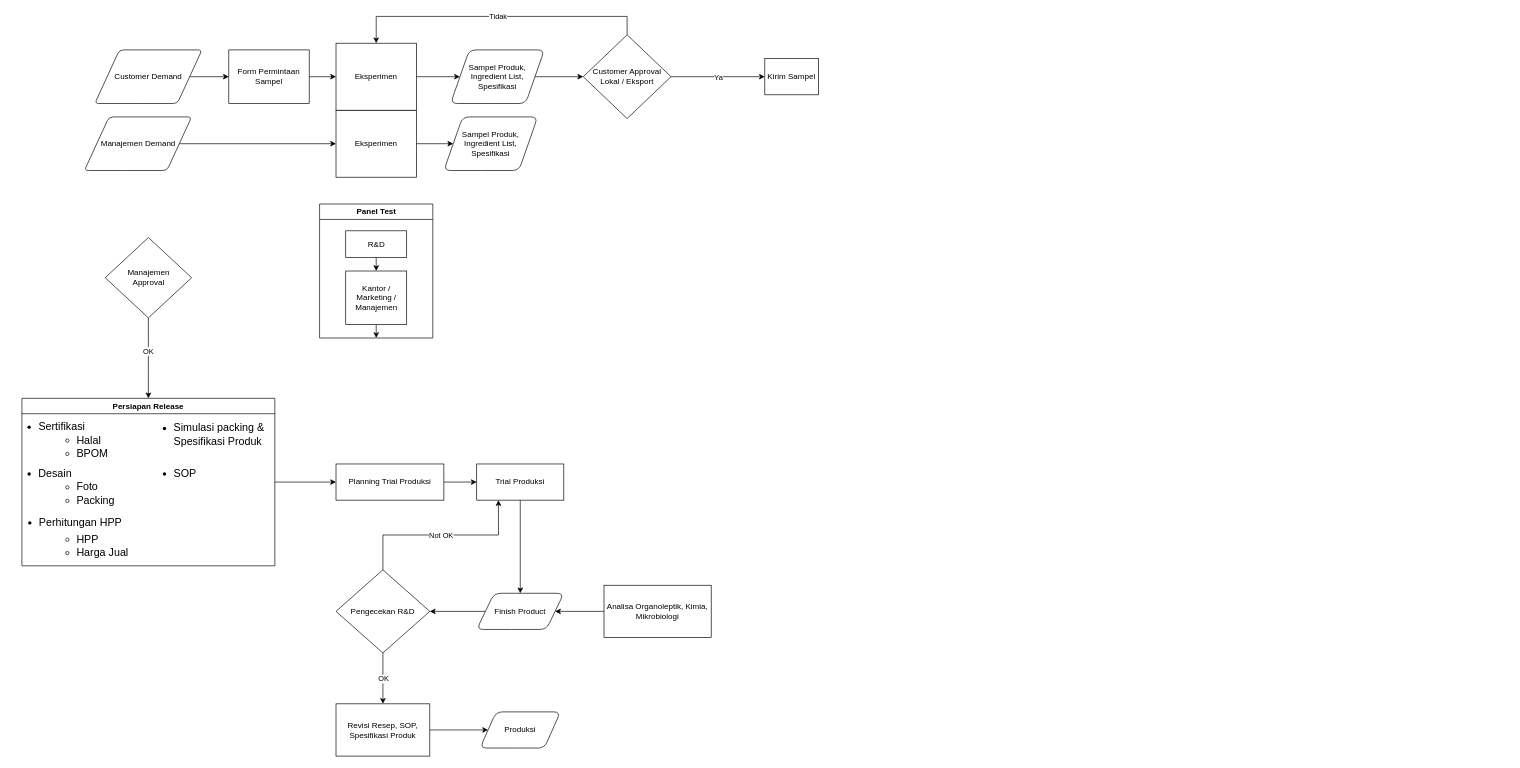
Above: Proses R&D.drawio in hafizh911/drawio (draw.io), before the change. Source tidied: cells renumbered, new cells numbered last; positions are measured from the earlier drawing's top-left corner, leaving out a move shared by most shapes. Both pictures are drawn from the tidied source at 67%, with x=0, y=0 at pixel (11, 16).
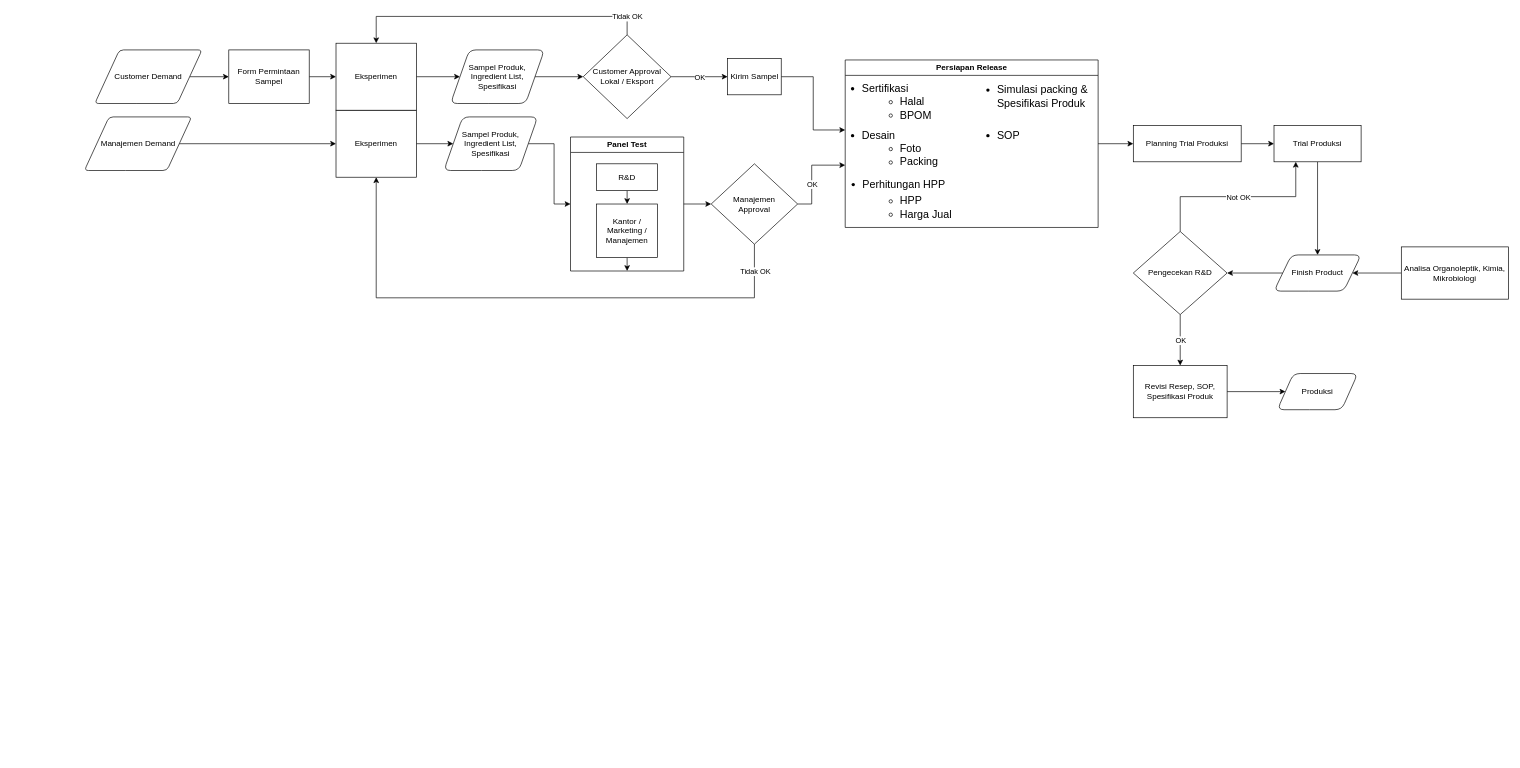
After the change.

Unchanged cells that the change refers to:
```xml
<mxCell id="4" value="Sampel Produk, Ingredient List, Spesifikasi" style="shape=parallelogram;whiteSpace=wrap;strokeWidth=1;perimeter=parallelogramPerimeter;rounded=1;" parent="1" vertex="1">
  <mxGeometry x="646" y="150" width="140" height="80" as="geometry" />
</mxCell>
<mxCell id="18" value="Eksperimen" style="whiteSpace=wrap;strokeWidth=1;" parent="1" vertex="1">
  <mxGeometry x="485" y="140" width="120" height="100" as="geometry" />
</mxCell>
<mxCell id="37" value="&lt;ul&gt;&lt;ul&gt;&lt;li&gt;Foto&lt;/li&gt;&lt;li&gt;Packing&lt;/li&gt;&lt;/ul&gt;&lt;/ul&gt;" style="text;html=1;align=left;verticalAlign=middle;whiteSpace=wrap;rounded=0;fontSize=16;" parent="34" vertex="1">
  <mxGeometry y="127" width="60" height="30" as="geometry" />
</mxCell>
<mxCell id="38" value="&lt;ul&gt;&lt;li&gt;Desain&lt;/li&gt;&lt;/ul&gt;" style="text;html=1;align=center;verticalAlign=middle;whiteSpace=wrap;rounded=0;fontSize=16;" parent="34" vertex="1">
  <mxGeometry y="97" width="60" height="30" as="geometry" />
</mxCell>
<mxCell id="51" style="endArrow=classic;html=1;rounded=0;exitX=1;exitY=0.5;exitDx=0;exitDy=0;entryX=0;entryY=0.5;entryDx=0;entryDy=0;" parent="1" edge="1" source="46" target="21">
  <mxGeometry relative="1" as="geometry" />
</mxCell>
<mxCell id="53" style="endArrow=classic;html=1;rounded=0;exitX=0.5;exitY=0;exitDx=0;exitDy=0;entryX=0.5;entryY=0;entryDx=0;entryDy=0;edgeStyle=orthogonalEdgeStyle;" parent="1" edge="1" source="46" target="48">
  <mxGeometry relative="1" as="geometry">
    <Array as="points">
      <mxPoint x="920" />
      <mxPoint x="545" />
    </Array>
  </mxGeometry>
</mxCell>
```

Diff of the diagram source:
```diff
@@
+    <mxCell id="55" style="edgeStyle=orthogonalEdgeStyle;rounded=0;jettySize=auto;html=1;exitX=1;exitY=0.5;exitDx=0;exitDy=0;entryX=0;entryY=0.5;entryDx=0;entryDy=0;" parent="1" edge="1" source="4" target="28">
+      <mxGeometry relative="1" as="geometry" />
+    </mxCell>
@@
     <mxCell id="6" value="Revisi Resep, SOP, Spesifikasi Produk" style="whiteSpace=wrap;strokeWidth=1;" parent="1" vertex="1">
-      <mxGeometry x="485" y="1026" width="140" height="78" as="geometry" />
+      <mxGeometry x="1675" y="521" width="140" height="78" as="geometry" />
     </mxCell>
@@
     <mxCell id="8" value="Planning Trial Produksi" style="whiteSpace=wrap;strokeWidth=1;" parent="1" vertex="1">
-      <mxGeometry x="485" y="668" width="161" height="54" as="geometry" />
+      <mxGeometry x="1675" y="163" width="161" height="54" as="geometry" />
     </mxCell>
@@
     <mxCell id="10" value="Trial Produksi" style="whiteSpace=wrap;strokeWidth=1;" parent="1" vertex="1">
-      <mxGeometry x="695" y="668" width="130" height="54" as="geometry" />
+      <mxGeometry x="1885" y="163" width="130" height="54" as="geometry" />
     </mxCell>
@@
     <mxCell id="12" value="Finish Product" style="shape=parallelogram;whiteSpace=wrap;strokeWidth=1;perimeter=parallelogramPerimeter;rounded=1;" parent="1" vertex="1">
-      <mxGeometry x="695" y="861" width="130" height="54" as="geometry" />
+      <mxGeometry x="1885" y="356" width="130" height="54" as="geometry" />
     </mxCell>
     <mxCell id="13" value="Pengecekan R&amp;D" style="rhombus;whiteSpace=wrap;strokeWidth=1;" parent="1" vertex="1">
-      <mxGeometry x="485" y="826" width="140" height="124" as="geometry" />
+      <mxGeometry x="1675" y="321" width="140" height="124" as="geometry" />
     </mxCell>
@@
     <mxCell id="15" value="Analisa Organoleptik, Kimia, Mikrobiologi" style="whiteSpace=wrap;strokeWidth=1;" parent="1" vertex="1">
-      <mxGeometry x="885" y="849" width="160" height="78" as="geometry" />
+      <mxGeometry x="2075" y="344" width="160" height="78" as="geometry" />
     </mxCell>
     <mxCell id="16" value="Produksi" style="shape=parallelogram;whiteSpace=wrap;strokeWidth=1;perimeter=parallelogramPerimeter;rounded=1;" parent="1" vertex="1">
-      <mxGeometry x="700" y="1038" width="120" height="54" as="geometry" />
+      <mxGeometry x="1890" y="533" width="120" height="54" as="geometry" />
     </mxCell>
@@
+    <mxCell id="56" style="edgeStyle=orthogonalEdgeStyle;rounded=0;jettySize=auto;html=1;exitX=1;exitY=0.5;exitDx=0;exitDy=0;entryX=0;entryY=0.25;entryDx=0;entryDy=0;" parent="1" edge="1" source="21" target="38">
+      <mxGeometry relative="1" as="geometry" />
+    </mxCell>
     <mxCell id="21" value="Kirim Sampel" style="whiteSpace=wrap;strokeWidth=1;" parent="1" vertex="1">
-      <mxGeometry x="1125" y="63" width="80" height="54" as="geometry" />
+      <mxGeometry x="1069.5" y="63" width="80" height="54" as="geometry" />
     </mxCell>
@@
+    <mxCell id="57" style="edgeStyle=orthogonalEdgeStyle;rounded=0;jettySize=auto;html=1;exitX=1;exitY=0.5;exitDx=0;exitDy=0;entryX=0;entryY=0.5;entryDx=0;entryDy=0;" parent="1" edge="1" source="28" target="43">
+      <mxGeometry relative="1" as="geometry" />
+    </mxCell>
     <mxCell id="28" value="Panel Test" style="swimlane;whiteSpace=wrap;html=1;" parent="1" vertex="1">
-      <mxGeometry x="460.5" y="280" width="169" height="200" as="geometry" />
+      <mxGeometry x="835" y="180" width="169" height="200" as="geometry" />
     </mxCell>
@@
     <mxCell id="34" value="Persiapan Release" style="swimlane;whiteSpace=wrap;html=1;" parent="1" vertex="1">
-      <mxGeometry x="16.2" y="570" width="377.5" height="250" as="geometry" />
+      <mxGeometry x="1245" y="65" width="377.5" height="250" as="geometry" />
     </mxCell>
@@
     <mxCell id="43" value="Manajemen&#10;Approval" style="rhombus;whiteSpace=wrap;strokeWidth=1;" parent="1" vertex="1">
-      <mxGeometry x="140.5" y="330" width="129" height="120" as="geometry" />
+      <mxGeometry x="1045" y="220" width="129" height="120" as="geometry" />
     </mxCell>
-    <mxCell id="44" style="endArrow=classic;html=1;rounded=0;exitX=0.5;exitY=1;exitDx=0;exitDy=0;entryX=0.5;entryY=0;entryDx=0;entryDy=0;edgeStyle=orthogonalEdgeStyle;" parent="1" edge="1" source="43" target="34">
-      <mxGeometry relative="1" as="geometry" />
+    <mxCell id="44" style="endArrow=classic;html=1;rounded=0;exitX=1;exitY=0.5;exitDx=0;exitDy=0;entryX=0;entryY=1;entryDx=0;entryDy=0;edgeStyle=orthogonalEdgeStyle;" parent="1" edge="1" source="43" target="37">
+      <mxGeometry relative="1" as="geometry">
+        <Array as="points">
+          <mxPoint x="1195" y="280" />
+          <mxPoint x="1195" y="222" />
+        </Array>
+      </mxGeometry>
     </mxCell>
     <mxCell id="45" value="OK" style="edgeLabel;html=1;align=center;verticalAlign=middle;" parent="44" vertex="1">
       <mxGeometry relative="1" as="geometry">
-        <mxPoint y="-10" as="offset" />
+        <mxPoint y="14" as="offset" />
       </mxGeometry>
     </mxCell>
@@
-    <mxCell id="52" value="Ya" style="edgeLabel;html=1;align=center;verticalAlign=middle;" parent="51" vertex="1">
+    <mxCell id="52" value="OK" style="edgeLabel;html=1;align=center;verticalAlign=middle;" parent="51" vertex="1">
       <mxGeometry relative="1" as="geometry" />
     </mxCell>
@@
-    <mxCell id="54" value="Tidak" style="edgeLabel;html=1;align=center;verticalAlign=middle;" parent="53" vertex="1">
-      <mxGeometry relative="1" as="geometry" />
+    <mxCell id="54" value="Tidak OK" style="edgeLabel;html=1;align=center;verticalAlign=middle;" parent="53" vertex="1">
+      <mxGeometry relative="1" as="geometry">
+        <mxPoint x="193" as="offset" />
+      </mxGeometry>
     </mxCell>
+    <mxCell id="58" style="endArrow=classic;html=1;rounded=0;exitX=0.5;exitY=1;exitDx=0;exitDy=0;entryX=0.5;entryY=1;entryDx=0;entryDy=0;edgeStyle=orthogonalEdgeStyle;" parent="1" edge="1" source="43" target="18">
+      <mxGeometry relative="1" as="geometry">
+        <Array as="points">
+          <mxPoint x="1110" y="420" />
+          <mxPoint x="545" y="420" />
+        </Array>
+      </mxGeometry>
+    </mxCell>
+    <mxCell id="59" value="Tidak OK" style="edgeLabel;html=1;align=center;verticalAlign=middle;" parent="58" vertex="1">
+      <mxGeometry relative="1" as="geometry">
+        <mxPoint x="333" y="-40" as="offset" />
+      </mxGeometry>
+    </mxCell>
```
